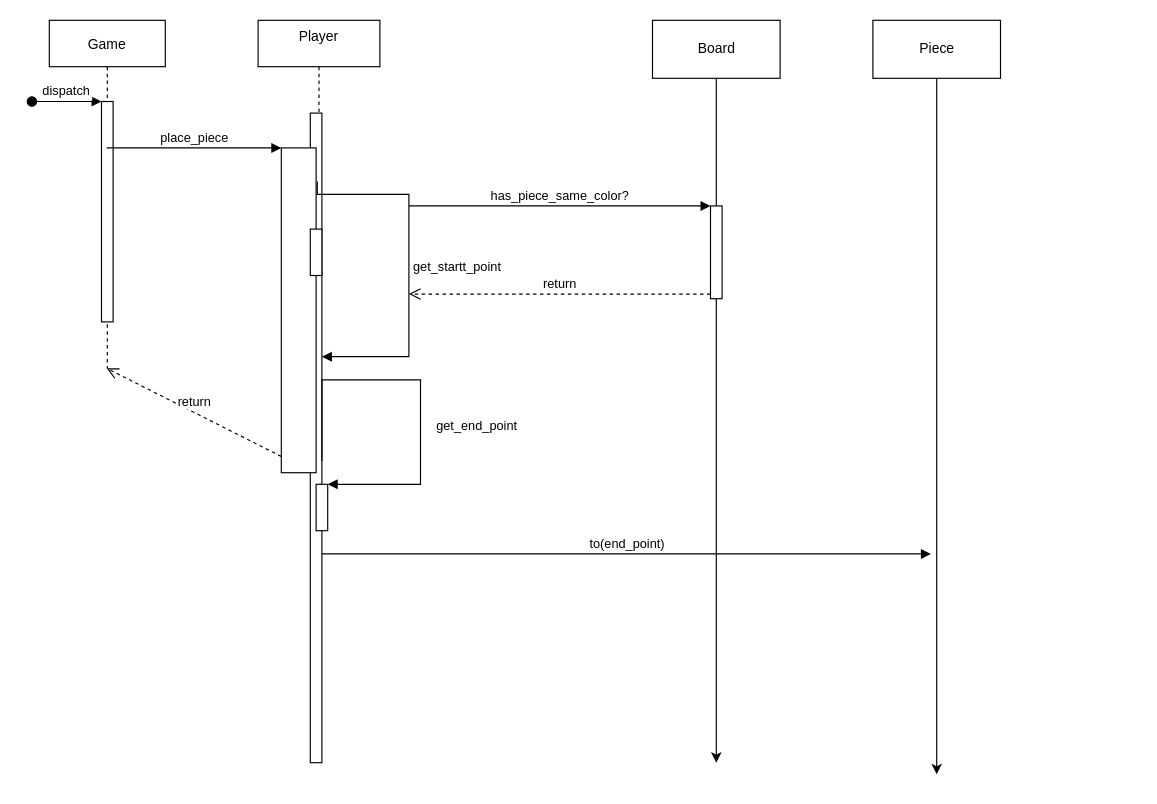
Earlier version of the draw.io diagram Untitled Diagram.drawio (nguyenlekhtn/Ruby-Chess-Game). Source tidied: cells renumbered, new cells numbered last; positions are measured from the earlier drawing's top-left corner, leaving out a move shared by most shapes. Both pictures are drawn from the tidied source at 116%, with x=0, y=0 at pixel (31, 20).
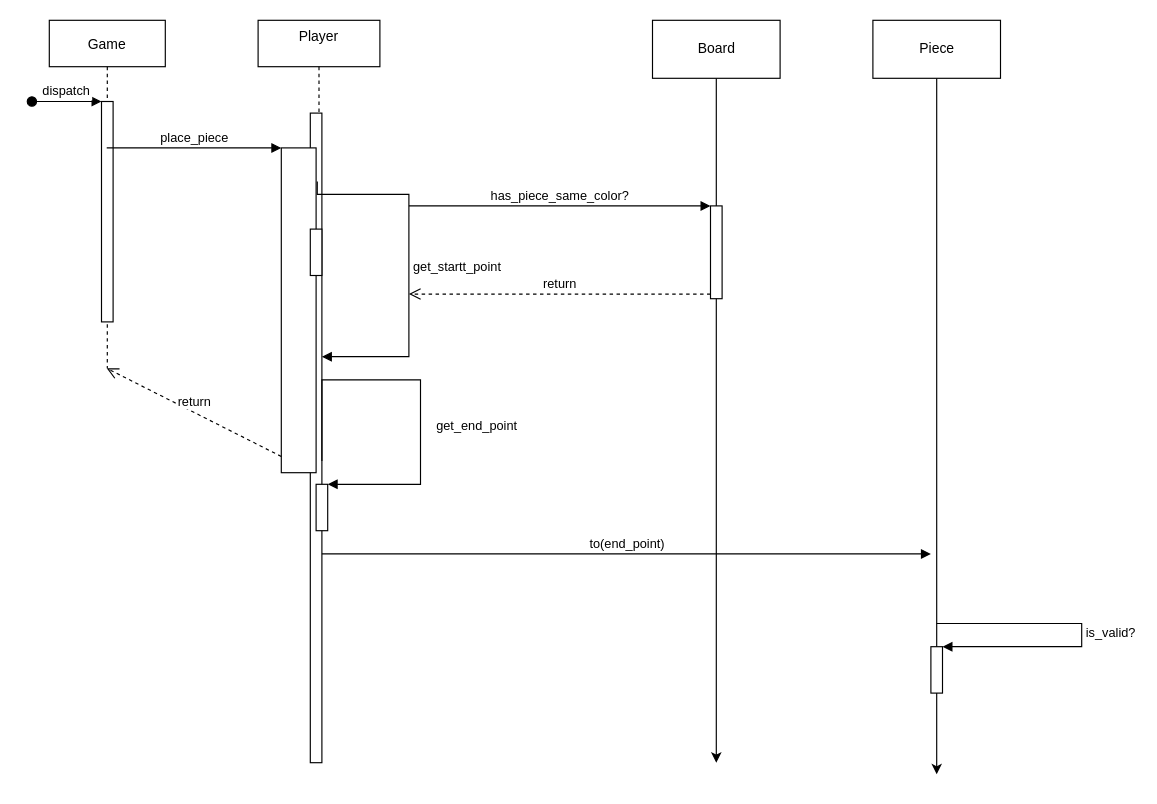
The same diagram, later.

What changed in the source:
```diff
@@
+    <mxCell id="22" style="html=1;points=[];perimeter=orthogonalPerimeter;" parent="1" vertex="1">
+      <mxGeometry x="775" y="540" width="10" height="40" as="geometry" />
+    </mxCell>
+    <mxCell id="23" value="is_valid?" style="edgeStyle=orthogonalEdgeStyle;html=1;align=left;spacingLeft=2;endArrow=block;rounded=0;entryX=1;entryY=0;" parent="1" edge="1" target="22">
+      <mxGeometry relative="1" as="geometry">
+        <mxPoint x="780" y="520" as="sourcePoint" />
+        <Array as="points">
+          <mxPoint x="905" y="520" />
+          <mxPoint x="905" y="540" />
+        </Array>
+      </mxGeometry>
+    </mxCell>
```
